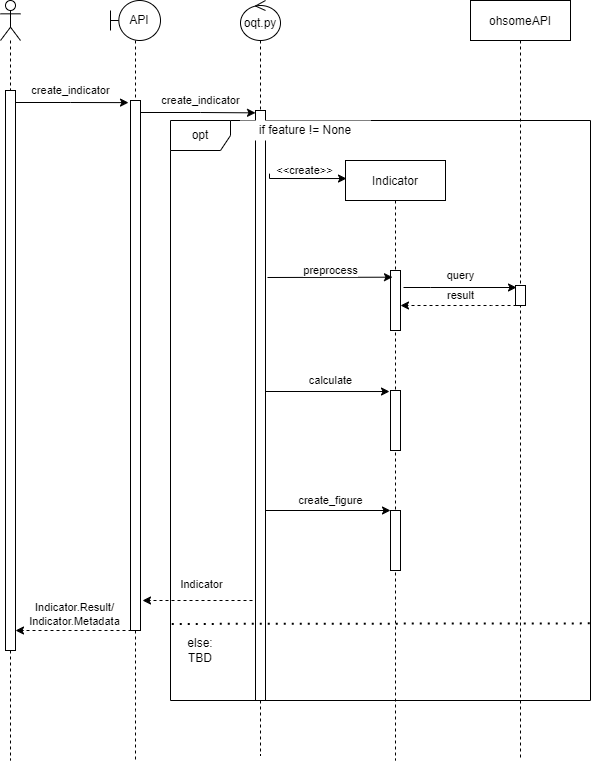
Before: docs/img/UML-Sequence-Diagram_v0-15.png, a diagram exported from draw.io (GIScience/ohsome-quality-api). Source tidied: cells renumbered, new cells last; positions are measured from the earlier drawing's top-left corner, leaving out a move shared by most shapes. The source it was exported from:
```xml
<mxGraphModel>
  <root>
    <mxCell id="0" />
    <mxCell id="1" parent="0" />
    <mxCell id="2" value="opt" style="shape=umlFrame;whiteSpace=wrap;html=1;rounded=0;shadow=0;glass=0;sketch=0;" parent="1" vertex="1">
      <mxGeometry x="170" y="120" width="420" height="580" as="geometry" />
    </mxCell>
    <mxCell id="3" value="Indicator" style="shape=umlLifeline;perimeter=lifelinePerimeter;rounded=0;shadow=0;strokeWidth=1;glass=0;sketch=0;size=40;" parent="1" vertex="1">
      <mxGeometry x="345" y="160" width="100" height="600" as="geometry" />
    </mxCell>
    <mxCell id="4" style="points=[];perimeter=orthogonalPerimeter;rounded=0;shadow=0;strokeWidth=1;" parent="3" vertex="1">
      <mxGeometry x="45" y="110" width="10" height="60" as="geometry" />
    </mxCell>
    <mxCell id="5" style="points=[];perimeter=orthogonalPerimeter;rounded=0;shadow=0;strokeWidth=1;" parent="3" vertex="1">
      <mxGeometry x="45" y="350" width="10" height="60" as="geometry" />
    </mxCell>
    <mxCell id="6" style="points=[];perimeter=orthogonalPerimeter;rounded=0;shadow=0;strokeWidth=1;" parent="3" vertex="1">
      <mxGeometry x="45" y="230" width="10" height="60" as="geometry" />
    </mxCell>
    <mxCell id="7" style="edgeStyle=orthogonalEdgeStyle;rounded=0;jettySize=auto;html=1;endArrow=none;endFill=0;dashed=1;" parent="1" edge="1" source="16">
      <mxGeometry relative="1" as="geometry">
        <mxPoint x="10" y="760" as="targetPoint" />
        <Array as="points">
          <mxPoint x="10" y="500" />
        </Array>
      </mxGeometry>
    </mxCell>
    <mxCell id="8" style="shape=umlActor;verticalLabelPosition=bottom;verticalAlign=top;html=1;outlineConnect=0;rounded=0;shadow=0;glass=0;sketch=0;" parent="1" vertex="1">
      <mxGeometry width="20" height="40" as="geometry" />
    </mxCell>
    <mxCell id="9" style="edgeStyle=orthogonalEdgeStyle;rounded=0;jettySize=auto;html=1;entryX=0.5;entryY=0;entryDx=0;entryDy=0;entryPerimeter=0;dashed=1;endArrow=none;endFill=0;" parent="1" edge="1" source="10" target="23">
      <mxGeometry relative="1" as="geometry" />
    </mxCell>
    <mxCell id="10" value="oqt.py" style="ellipse;shape=umlControl;whiteSpace=wrap;html=1;rounded=0;shadow=0;glass=0;sketch=0;" parent="1" vertex="1">
      <mxGeometry x="240" width="40" height="40" as="geometry" />
    </mxCell>
    <mxCell id="11" style="edgeStyle=orthogonalEdgeStyle;rounded=0;jettySize=auto;html=1;dashed=1;endArrow=none;endFill=0;" parent="1" edge="1" source="19">
      <mxGeometry relative="1" as="geometry">
        <mxPoint x="135" y="760" as="targetPoint" />
        <Array as="points">
          <mxPoint x="135" y="710" />
        </Array>
      </mxGeometry>
    </mxCell>
    <mxCell id="12" value="API" style="shape=umlBoundary;whiteSpace=wrap;html=1;rounded=0;shadow=0;glass=0;sketch=0;" parent="1" vertex="1">
      <mxGeometry x="110" width="50" height="40" as="geometry" />
    </mxCell>
    <mxCell id="13" value="ohsomeAPI" style="shape=umlLifeline;perimeter=lifelinePerimeter;rounded=0;shadow=0;strokeWidth=1;glass=0;sketch=0;" parent="1" vertex="1">
      <mxGeometry x="470" width="100" height="760" as="geometry" />
    </mxCell>
    <mxCell id="14" style="points=[];perimeter=orthogonalPerimeter;rounded=0;shadow=0;strokeWidth=1;" parent="13" vertex="1">
      <mxGeometry x="45" y="285" width="10" height="20" as="geometry" />
    </mxCell>
    <mxCell id="15" value="&lt;div&gt;create_indicator&lt;/div&gt;" style="edgeStyle=orthogonalEdgeStyle;rounded=0;jettySize=auto;html=1;endArrow=classic;endFill=1;entryX=-0.2;entryY=0.004;entryDx=0;entryDy=0;entryPerimeter=0;" parent="1" edge="1" source="16" target="19">
      <mxGeometry x="-0.03" y="12" relative="1" as="geometry">
        <Array as="points">
          <mxPoint x="70" y="102" />
          <mxPoint x="70" y="102" />
        </Array>
      </mxGeometry>
    </mxCell>
    <mxCell id="16" style="points=[];perimeter=orthogonalPerimeter;rounded=0;shadow=0;strokeWidth=1;" parent="1" vertex="1">
      <mxGeometry x="5" y="90" width="10" height="560" as="geometry" />
    </mxCell>
    <mxCell id="17" style="edgeStyle=orthogonalEdgeStyle;rounded=0;jettySize=auto;html=1;endArrow=none;endFill=0;dashed=1;" parent="1" edge="1" source="8" target="16">
      <mxGeometry relative="1" as="geometry" />
    </mxCell>
    <mxCell id="18" value="create_indicator" style="edgeStyle=orthogonalEdgeStyle;rounded=0;jettySize=auto;html=1;endArrow=classic;endFill=1;entryX=0;entryY=0.004;entryDx=0;entryDy=0;entryPerimeter=0;" parent="1" edge="1" source="19" target="23">
      <mxGeometry x="0.04" y="12" relative="1" as="geometry">
        <Array as="points">
          <mxPoint x="200" y="112" />
          <mxPoint x="200" y="112" />
        </Array>
      </mxGeometry>
    </mxCell>
    <mxCell id="19" style="points=[];perimeter=orthogonalPerimeter;rounded=0;shadow=0;strokeWidth=1;" parent="1" vertex="1">
      <mxGeometry x="130" y="100" width="10" height="530" as="geometry" />
    </mxCell>
    <mxCell id="20" style="edgeStyle=orthogonalEdgeStyle;rounded=0;jettySize=auto;html=1;dashed=1;endArrow=none;endFill=0;" parent="1" edge="1" source="12" target="19">
      <mxGeometry relative="1" as="geometry" />
    </mxCell>
    <mxCell id="21" style="edgeStyle=orthogonalEdgeStyle;rounded=0;jettySize=auto;html=1;dashed=1;endArrow=none;endFill=0;" parent="1" edge="1" source="23">
      <mxGeometry relative="1" as="geometry">
        <mxPoint x="260" y="755" as="targetPoint" />
        <Array as="points">
          <mxPoint x="260" y="755" />
        </Array>
      </mxGeometry>
    </mxCell>
    <mxCell id="22" value="Indicator" style="edgeStyle=orthogonalEdgeStyle;rounded=0;orthogonalLoop=1;jettySize=auto;html=1;endArrow=classic;endFill=1;dashed=1;" parent="1" edge="1">
      <mxGeometry x="-0.02" y="-16" relative="1" as="geometry">
        <mxPoint x="258" y="600" as="sourcePoint" />
        <mxPoint x="142" y="600" as="targetPoint" />
        <Array as="points">
          <mxPoint x="142" y="600" />
        </Array>
      </mxGeometry>
    </mxCell>
    <mxCell id="23" style="points=[];perimeter=orthogonalPerimeter;rounded=0;shadow=0;strokeWidth=1;" parent="1" vertex="1">
      <mxGeometry x="255" y="110" width="10" height="590" as="geometry" />
    </mxCell>
    <mxCell id="24" value="preprocess" style="edgeStyle=orthogonalEdgeStyle;rounded=0;orthogonalLoop=1;jettySize=auto;html=1;endArrow=classic;endFill=1;entryX=0.47;entryY=0.169;entryDx=0;entryDy=0;entryPerimeter=0;" parent="1" edge="1">
      <mxGeometry x="0.01" y="7" relative="1" as="geometry">
        <mxPoint x="267" y="277" as="sourcePoint" />
        <mxPoint x="392" y="276.7" as="targetPoint" />
        <Array as="points">
          <mxPoint x="267" y="277" />
        </Array>
      </mxGeometry>
    </mxCell>
    <mxCell id="25" value="calculate" style="edgeStyle=orthogonalEdgeStyle;rounded=0;jettySize=auto;html=1;endArrow=classic;endFill=1;entryX=-0.1;entryY=0.017;entryDx=0;entryDy=0;entryPerimeter=0;" parent="1" edge="1" target="6">
      <mxGeometry x="0.21" y="11" relative="1" as="geometry">
        <mxPoint x="265" y="416" as="sourcePoint" />
        <Array as="points">
          <mxPoint x="265" y="391" />
        </Array>
      </mxGeometry>
    </mxCell>
    <mxCell id="26" value="&amp;lt;&amp;lt;create&amp;gt;&amp;gt;" style="edgeStyle=orthogonalEdgeStyle;rounded=0;jettySize=auto;html=1;endArrow=classic;endFill=1;exitX=1.4;exitY=0.107;exitDx=0;exitDy=0;exitPerimeter=0;entryX=0.01;entryY=0.032;entryDx=0;entryDy=0;entryPerimeter=0;" parent="1" edge="1" source="23">
      <mxGeometry x="-0.05" y="-8" relative="1" as="geometry">
        <mxPoint x="346" y="178" as="targetPoint" />
        <Array as="points">
          <mxPoint x="269" y="178" />
        </Array>
        <mxPoint x="1" y="-16" as="offset" />
      </mxGeometry>
    </mxCell>
    <mxCell id="27" value="create_figure" style="edgeStyle=orthogonalEdgeStyle;rounded=0;jettySize=auto;html=1;endArrow=classic;endFill=1;entryX=0;entryY=0;entryDx=0;entryDy=0;entryPerimeter=0;" parent="1" edge="1" target="5">
      <mxGeometry x="0.04" y="10" relative="1" as="geometry">
        <mxPoint x="265" y="510" as="sourcePoint" />
        <Array as="points">
          <mxPoint x="265" y="510" />
        </Array>
      </mxGeometry>
    </mxCell>
    <mxCell id="28" value="query" style="edgeStyle=orthogonalEdgeStyle;rounded=0;jettySize=auto;html=1;endArrow=classic;endFill=1;entryX=0.1;entryY=0.1;entryDx=0;entryDy=0;entryPerimeter=0;" parent="1" edge="1" target="14">
      <mxGeometry x="0.01" y="12" relative="1" as="geometry">
        <mxPoint x="403" y="287" as="sourcePoint" />
        <Array as="points">
          <mxPoint x="430" y="287" />
          <mxPoint x="430" y="287" />
        </Array>
      </mxGeometry>
    </mxCell>
    <mxCell id="29" value="result" style="edgeStyle=orthogonalEdgeStyle;rounded=0;orthogonalLoop=1;jettySize=auto;html=1;entryX=0.9;entryY=0.978;entryDx=0;entryDy=0;entryPerimeter=0;endArrow=classic;endFill=1;dashed=1;" parent="1" edge="1">
      <mxGeometry x="-0.03" y="-10" relative="1" as="geometry">
        <mxPoint x="516" y="305" as="sourcePoint" />
        <mxPoint x="400" y="305" as="targetPoint" />
        <Array as="points">
          <mxPoint x="491" y="304.2" />
        </Array>
      </mxGeometry>
    </mxCell>
    <mxCell id="30" value="if feature != None" style="text;html=1;align=center;verticalAlign=middle;whiteSpace=wrap;rounded=0;shadow=0;glass=0;sketch=0;fillColor=#ffffff;" parent="1" vertex="1">
      <mxGeometry x="240" y="120" width="130" height="20" as="geometry" />
    </mxCell>
    <mxCell id="31" style="endArrow=none;dashed=1;html=1;dashPattern=1 3;strokeWidth=2;exitX=0.003;exitY=0.868;exitDx=0;exitDy=0;exitPerimeter=0;entryX=1.005;entryY=0.867;entryDx=0;entryDy=0;entryPerimeter=0;" parent="1" edge="1" source="2" target="2">
      <mxGeometry relative="1" as="geometry" />
    </mxCell>
    <mxCell id="32" value="else: TBD" style="text;html=1;align=center;verticalAlign=middle;whiteSpace=wrap;rounded=0;shadow=0;glass=0;sketch=0;fillColor=#ffffff;" parent="1" vertex="1">
      <mxGeometry x="180" y="640" width="40" height="20" as="geometry" />
    </mxCell>
    <mxCell id="33" value="&lt;div&gt;Indicator.Result/&lt;/div&gt;&lt;div&gt;Indicator.Metadata&lt;br&gt;&lt;/div&gt;" style="edgeStyle=orthogonalEdgeStyle;rounded=0;orthogonalLoop=1;jettySize=auto;html=1;endArrow=classic;endFill=1;dashed=1;" parent="1" edge="1">
      <mxGeometry x="-0.02" y="-16" relative="1" as="geometry">
        <mxPoint x="131" y="630" as="sourcePoint" />
        <mxPoint x="15" y="630" as="targetPoint" />
        <Array as="points">
          <mxPoint x="15" y="630" />
        </Array>
      </mxGeometry>
    </mxCell>
  </root>
</mxGraphModel>
```
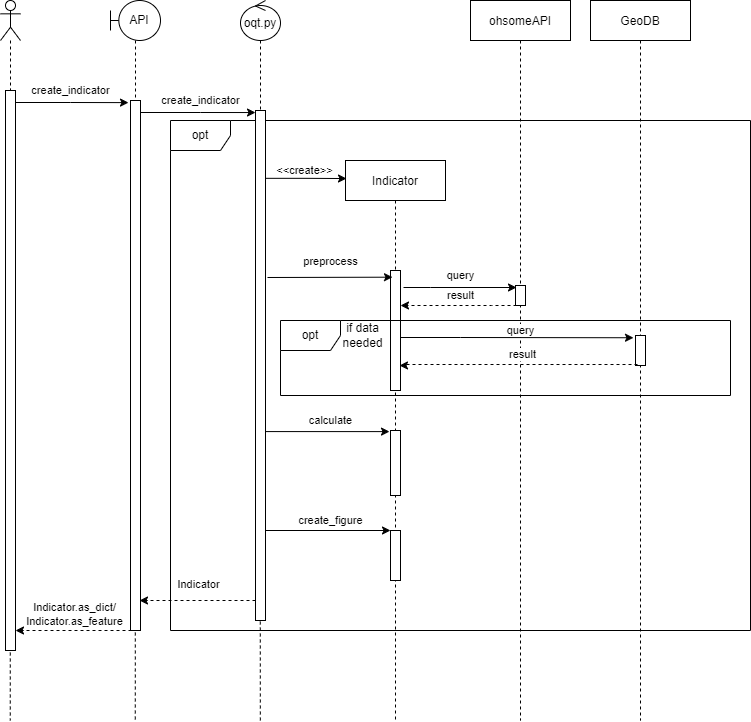
The same file after the commit.

The edit, as a diff of the source:
```diff
@@ -3,25 +3,26 @@
     <mxCell id="0" />
     <mxCell id="1" parent="0" />
     <mxCell id="2" value="opt" style="shape=umlFrame;whiteSpace=wrap;html=1;rounded=0;shadow=0;glass=0;sketch=0;" parent="1" vertex="1">
-      <mxGeometry x="170" y="120" width="420" height="580" as="geometry" />
+      <mxGeometry x="170" y="120" width="580" height="510" as="geometry" />
     </mxCell>
     <mxCell id="3" value="Indicator" style="shape=umlLifeline;perimeter=lifelinePerimeter;rounded=0;shadow=0;strokeWidth=1;glass=0;sketch=0;size=40;" parent="1" vertex="1">
-      <mxGeometry x="345" y="160" width="100" height="600" as="geometry" />
+      <mxGeometry x="345" y="160" width="100" height="560" as="geometry" />
     </mxCell>
     <mxCell id="4" style="points=[];perimeter=orthogonalPerimeter;rounded=0;shadow=0;strokeWidth=1;" parent="3" vertex="1">
-      <mxGeometry x="45" y="110" width="10" height="60" as="geometry" />
+      <mxGeometry x="45" y="110" width="10" height="120" as="geometry" />
     </mxCell>
     <mxCell id="5" style="points=[];perimeter=orthogonalPerimeter;rounded=0;shadow=0;strokeWidth=1;" parent="3" vertex="1">
-      <mxGeometry x="45" y="350" width="10" height="60" as="geometry" />
+      <mxGeometry x="45" y="370" width="10" height="50" as="geometry" />
     </mxCell>
     <mxCell id="6" style="points=[];perimeter=orthogonalPerimeter;rounded=0;shadow=0;strokeWidth=1;" parent="3" vertex="1">
-      <mxGeometry x="45" y="230" width="10" height="60" as="geometry" />
+      <mxGeometry x="45" y="270" width="10" height="65" as="geometry" />
     </mxCell>
-    <mxCell id="7" style="edgeStyle=orthogonalEdgeStyle;rounded=0;jettySize=auto;html=1;endArrow=none;endFill=0;dashed=1;" parent="1" edge="1" source="16">
+    <mxCell id="7" style="edgeStyle=orthogonalEdgeStyle;rounded=0;orthogonalLoop=1;jettySize=auto;html=1;endArrow=none;endFill=0;dashed=1;" parent="1" edge="1">
       <mxGeometry relative="1" as="geometry">
-        <mxPoint x="10" y="760" as="targetPoint" />
+        <mxPoint x="9.8" y="610" as="sourcePoint" />
+        <mxPoint x="9.8" y="720" as="targetPoint" />
         <Array as="points">
-          <mxPoint x="10" y="500" />
+          <mxPoint x="9.8" y="460" />
         </Array>
       </mxGeometry>
     </mxCell>
@@ -34,11 +35,12 @@
     <mxCell id="10" value="oqt.py" style="ellipse;shape=umlControl;whiteSpace=wrap;html=1;rounded=0;shadow=0;glass=0;sketch=0;" parent="1" vertex="1">
       <mxGeometry x="240" width="40" height="40" as="geometry" />
     </mxCell>
-    <mxCell id="11" style="edgeStyle=orthogonalEdgeStyle;rounded=0;jettySize=auto;html=1;dashed=1;endArrow=none;endFill=0;" parent="1" edge="1" source="19">
+    <mxCell id="11" style="edgeStyle=orthogonalEdgeStyle;rounded=0;orthogonalLoop=1;jettySize=auto;html=1;dashed=1;endArrow=none;endFill=0;" parent="1" edge="1">
       <mxGeometry relative="1" as="geometry">
-        <mxPoint x="135" y="760" as="targetPoint" />
+        <mxPoint x="134.8" y="590" as="sourcePoint" />
+        <mxPoint x="134.8" y="720" as="targetPoint" />
         <Array as="points">
-          <mxPoint x="135" y="710" />
+          <mxPoint x="134.8" y="670" />
         </Array>
       </mxGeometry>
     </mxCell>
@@ -46,7 +48,7 @@
       <mxGeometry x="110" width="50" height="40" as="geometry" />
     </mxCell>
     <mxCell id="13" value="ohsomeAPI" style="shape=umlLifeline;perimeter=lifelinePerimeter;rounded=0;shadow=0;strokeWidth=1;glass=0;sketch=0;" parent="1" vertex="1">
-      <mxGeometry x="470" width="100" height="760" as="geometry" />
+      <mxGeometry x="470" width="100" height="720" as="geometry" />
     </mxCell>
     <mxCell id="14" style="points=[];perimeter=orthogonalPerimeter;rounded=0;shadow=0;strokeWidth=1;" parent="13" vertex="1">
       <mxGeometry x="45" y="285" width="10" height="20" as="geometry" />
@@ -79,27 +81,27 @@
     <mxCell id="20" style="edgeStyle=orthogonalEdgeStyle;rounded=0;jettySize=auto;html=1;dashed=1;endArrow=none;endFill=0;" parent="1" edge="1" source="12" target="19">
       <mxGeometry relative="1" as="geometry" />
     </mxCell>
-    <mxCell id="21" style="edgeStyle=orthogonalEdgeStyle;rounded=0;jettySize=auto;html=1;dashed=1;endArrow=none;endFill=0;" parent="1" edge="1" source="23">
+    <mxCell id="21" style="edgeStyle=orthogonalEdgeStyle;rounded=0;orthogonalLoop=1;jettySize=auto;html=1;dashed=1;endArrow=none;endFill=0;" parent="1" edge="1">
       <mxGeometry relative="1" as="geometry">
-        <mxPoint x="260" y="755" as="targetPoint" />
+        <mxPoint x="259.8" y="585" as="sourcePoint" />
+        <mxPoint x="259.8" y="720" as="targetPoint" />
         <Array as="points">
-          <mxPoint x="260" y="755" />
+          <mxPoint x="259.8" y="720" />
         </Array>
       </mxGeometry>
     </mxCell>
-    <mxCell id="22" value="Indicator" style="edgeStyle=orthogonalEdgeStyle;rounded=0;orthogonalLoop=1;jettySize=auto;html=1;endArrow=classic;endFill=1;dashed=1;" parent="1" edge="1">
+    <mxCell id="22" value="Indicator" style="edgeStyle=orthogonalEdgeStyle;rounded=0;jettySize=auto;html=1;endArrow=classic;endFill=1;dashed=1;" parent="1" edge="1" source="23">
       <mxGeometry x="-0.02" y="-16" relative="1" as="geometry">
-        <mxPoint x="258" y="600" as="sourcePoint" />
-        <mxPoint x="142" y="600" as="targetPoint" />
+        <mxPoint x="139" y="600" as="targetPoint" />
         <Array as="points">
-          <mxPoint x="142" y="600" />
+          <mxPoint x="139" y="600" />
         </Array>
       </mxGeometry>
     </mxCell>
     <mxCell id="23" style="points=[];perimeter=orthogonalPerimeter;rounded=0;shadow=0;strokeWidth=1;" parent="1" vertex="1">
-      <mxGeometry x="255" y="110" width="10" height="590" as="geometry" />
+      <mxGeometry x="255" y="110" width="10" height="510" as="geometry" />
     </mxCell>
-    <mxCell id="24" value="preprocess" style="edgeStyle=orthogonalEdgeStyle;rounded=0;orthogonalLoop=1;jettySize=auto;html=1;endArrow=classic;endFill=1;entryX=0.47;entryY=0.169;entryDx=0;entryDy=0;entryPerimeter=0;" parent="1" edge="1">
+    <mxCell id="24" value="preprocess" style="edgeStyle=orthogonalEdgeStyle;rounded=0;orthogonalLoop=1;jettySize=auto;html=1;endArrow=classic;endFill=1;entryX=0.47;entryY=0.169;entryDx=0;entryDy=0;entryPerimeter=0;verticalAlign=bottom;" parent="1" edge="1">
       <mxGeometry x="0.01" y="7" relative="1" as="geometry">
         <mxPoint x="267" y="277" as="sourcePoint" />
         <mxPoint x="392" y="276.7" as="targetPoint" />
@@ -110,26 +112,29 @@
     </mxCell>
     <mxCell id="25" value="calculate" style="edgeStyle=orthogonalEdgeStyle;rounded=0;jettySize=auto;html=1;endArrow=classic;endFill=1;entryX=-0.1;entryY=0.017;entryDx=0;entryDy=0;entryPerimeter=0;" parent="1" edge="1" target="6">
       <mxGeometry x="0.21" y="11" relative="1" as="geometry">
-        <mxPoint x="265" y="416" as="sourcePoint" />
+        <mxPoint x="265" y="456" as="sourcePoint" />
         <Array as="points">
-          <mxPoint x="265" y="391" />
+          <mxPoint x="265" y="431" />
         </Array>
       </mxGeometry>
     </mxCell>
-    <mxCell id="26" value="&amp;lt;&amp;lt;create&amp;gt;&amp;gt;" style="edgeStyle=orthogonalEdgeStyle;rounded=0;jettySize=auto;html=1;endArrow=classic;endFill=1;exitX=1.4;exitY=0.107;exitDx=0;exitDy=0;exitPerimeter=0;entryX=0.01;entryY=0.032;entryDx=0;entryDy=0;entryPerimeter=0;" parent="1" edge="1" source="23">
+    <mxCell id="26" value="&amp;lt;&amp;lt;create&amp;gt;&amp;gt;" style="edgeStyle=orthogonalEdgeStyle;rounded=0;jettySize=auto;html=1;endArrow=classic;endFill=1;entryX=0.01;entryY=0.032;entryDx=0;entryDy=0;entryPerimeter=0;exitX=0.991;exitY=0.133;exitDx=0;exitDy=0;exitPerimeter=0;" parent="1" edge="1" source="23">
       <mxGeometry x="-0.05" y="-8" relative="1" as="geometry">
         <mxPoint x="346" y="178" as="targetPoint" />
-        <Array as="points">
-          <mxPoint x="269" y="178" />
-        </Array>
         <mxPoint x="1" y="-16" as="offset" />
       </mxGeometry>
     </mxCell>
+    <mxCell id="34" value="GeoDB" style="shape=umlLifeline;perimeter=lifelinePerimeter;rounded=0;shadow=0;strokeWidth=1;glass=0;sketch=0;" parent="1" vertex="1">
+      <mxGeometry x="590" width="100" height="720" as="geometry" />
+    </mxCell>
+    <mxCell id="35" style="points=[];perimeter=orthogonalPerimeter;rounded=0;shadow=0;strokeWidth=1;" parent="34" vertex="1">
+      <mxGeometry x="45" y="335" width="10" height="30" as="geometry" />
+    </mxCell>
     <mxCell id="27" value="create_figure" style="edgeStyle=orthogonalEdgeStyle;rounded=0;jettySize=auto;html=1;endArrow=classic;endFill=1;entryX=0;entryY=0;entryDx=0;entryDy=0;entryPerimeter=0;" parent="1" edge="1" target="5">
       <mxGeometry x="0.04" y="10" relative="1" as="geometry">
-        <mxPoint x="265" y="510" as="sourcePoint" />
+        <mxPoint x="265" y="530" as="sourcePoint" />
         <Array as="points">
-          <mxPoint x="265" y="510" />
+          <mxPoint x="265" y="530" />
         </Array>
       </mxGeometry>
     </mxCell>
@@ -151,16 +156,29 @@
         </Array>
       </mxGeometry>
     </mxCell>
-    <mxCell id="30" value="if feature != None" style="text;html=1;align=center;verticalAlign=middle;whiteSpace=wrap;rounded=0;shadow=0;glass=0;sketch=0;fillColor=#ffffff;" parent="1" vertex="1">
-      <mxGeometry x="240" y="120" width="130" height="20" as="geometry" />
-    </mxCell>
-    <mxCell id="31" style="endArrow=none;dashed=1;html=1;dashPattern=1 3;strokeWidth=2;exitX=0.003;exitY=0.868;exitDx=0;exitDy=0;exitPerimeter=0;entryX=1.005;entryY=0.867;entryDx=0;entryDy=0;entryPerimeter=0;" parent="1" edge="1" source="2" target="2">
-      <mxGeometry relative="1" as="geometry" />
-    </mxCell>
-    <mxCell id="32" value="else: TBD" style="text;html=1;align=center;verticalAlign=middle;whiteSpace=wrap;rounded=0;shadow=0;glass=0;sketch=0;fillColor=#ffffff;" parent="1" vertex="1">
-      <mxGeometry x="180" y="640" width="40" height="20" as="geometry" />
-    </mxCell>
+    <mxCell id="36" value="opt" style="shape=umlFrame;whiteSpace=wrap;html=1;rounded=0;shadow=0;glass=0;sketch=0;" parent="1" vertex="1">
+      <mxGeometry x="280" y="320" width="450" height="75" as="geometry" />
+    </mxCell>
+    <mxCell id="37" value="query" style="edgeStyle=orthogonalEdgeStyle;rounded=0;jettySize=auto;html=1;endArrow=classic;endFill=1;entryX=-0.2;entryY=0.075;entryDx=0;entryDy=0;entryPerimeter=0;" parent="1" edge="1" source="4" target="35">
+      <mxGeometry x="0.03" y="7" relative="1" as="geometry">
+        <Array as="points">
+          <mxPoint x="460" y="337" />
+          <mxPoint x="460" y="337" />
+        </Array>
+      </mxGeometry>
+    </mxCell>
+    <mxCell id="38" value="result" style="edgeStyle=orthogonalEdgeStyle;rounded=0;jettySize=auto;html=1;entryX=0.9;entryY=0.792;entryDx=0;entryDy=0;entryPerimeter=0;endArrow=classic;endFill=1;dashed=1;exitX=0.2;exitY=0.967;exitDx=0;exitDy=0;exitPerimeter=0;" parent="1" edge="1" source="35" target="4">
+      <mxGeometry x="-0.03" y="-10" relative="1" as="geometry">
+        <Array as="points">
+          <mxPoint x="403" y="364" />
+          <mxPoint x="403" y="365" />
+        </Array>
+      </mxGeometry>
+    </mxCell>
+    <mxCell id="39" value="if data needed" style="text;html=1;strokeColor=none;fillColor=none;align=center;verticalAlign=middle;whiteSpace=wrap;rounded=0;shadow=0;glass=0;sketch=0;" parent="1" vertex="1">
+      <mxGeometry x="340" y="320" width="45" height="30" as="geometry" />
+    </mxCell>
-    <mxCell id="33" value="&lt;div&gt;Indicator.Result/&lt;/div&gt;&lt;div&gt;Indicator.Metadata&lt;br&gt;&lt;/div&gt;" style="edgeStyle=orthogonalEdgeStyle;rounded=0;orthogonalLoop=1;jettySize=auto;html=1;endArrow=classic;endFill=1;dashed=1;" parent="1" edge="1">
+    <mxCell id="33" value="&lt;div&gt;Indicator.as_dict/&lt;/div&gt;&lt;div&gt;Indicator.as_feature&lt;br&gt;&lt;/div&gt;" style="edgeStyle=orthogonalEdgeStyle;rounded=0;orthogonalLoop=1;jettySize=auto;html=1;endArrow=classic;endFill=1;dashed=1;" parent="1" edge="1">
       <mxGeometry x="-0.02" y="-16" relative="1" as="geometry">
         <mxPoint x="131" y="630" as="sourcePoint" />
         <mxPoint x="15" y="630" as="targetPoint" />
```
